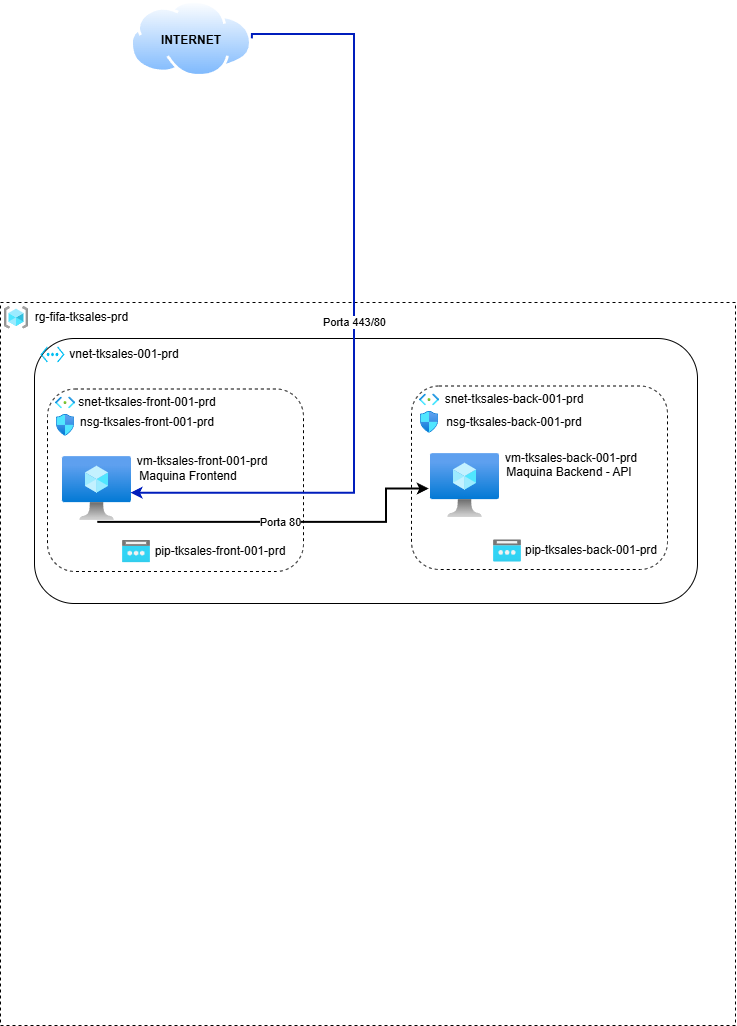
Passos-Gabriel/Copa-Azure-TFTEC-2026 keeps this draw.io diagram as Arquitetura Projeto/Arquitetura Copa do Mundo Azure TFTEC 2026.drawio.png. Above is the earlier version. Source tidied: cells renumbered, new cells last; positions are measured from the earlier drawing's top-left corner, leaving out a move shared by most shapes.
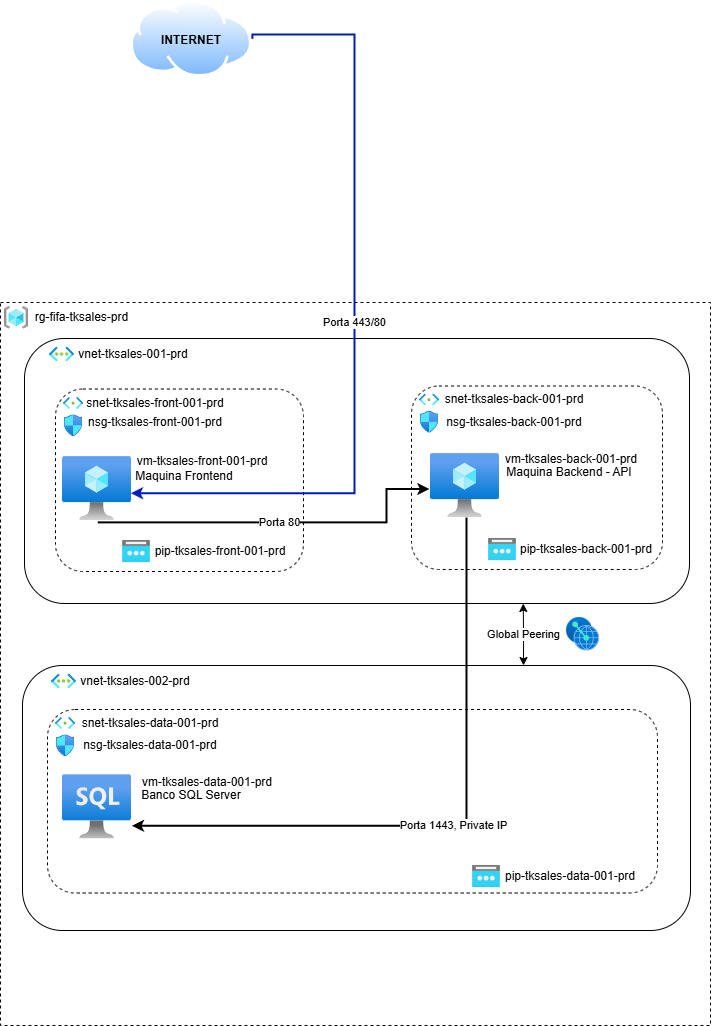
The same diagram one commit later.

Diff of the diagram source:
```diff
@@ -3,19 +3,16 @@
     <mxCell id="0" />
     <mxCell id="1" parent="0" />
     <mxCell id="2" style="rounded=0;whiteSpace=wrap;html=1;dashed=1;fillColor=none;" parent="1" vertex="1">
-      <mxGeometry y="302" width="735" height="723" as="geometry" />
+      <mxGeometry y="302" width="710" height="723" as="geometry" />
     </mxCell>
     <mxCell id="3" style="rounded=1;whiteSpace=wrap;html=1;fillColor=none;" parent="1" vertex="1">
-      <mxGeometry x="34" y="338" width="663" height="265" as="geometry" />
+      <mxGeometry x="24" y="338" width="665" height="265" as="geometry" />
     </mxCell>
     <mxCell id="4" style="rounded=1;whiteSpace=wrap;html=1;dashed=1;fillColor=none;" parent="1" vertex="1">
-      <mxGeometry x="47" y="388.5" width="256" height="182.5" as="geometry" />
+      <mxGeometry x="55" y="388.5" width="248" height="182.5" as="geometry" />
     </mxCell>
-    <mxCell id="5" style="verticalLabelPosition=bottom;html=1;verticalAlign=top;align=center;strokeColor=none;fillColor=#00BEF2;shape=mxgraph.azure.virtual_network;" parent="1" vertex="1">
-      <mxGeometry x="40" y="346" width="24" height="16" as="geometry" />
-    </mxCell>
     <mxCell id="6" style="image;html=1;align=center;fontSize=12;image=img/lib/azure2/networking/Subnet.svg;" parent="1" vertex="1">
-      <mxGeometry x="55" y="396.5" width="20" height="12" as="geometry" />
+      <mxGeometry x="63" y="397" width="20" height="12" as="geometry" />
     </mxCell>
     <mxCell id="7" style="image;html=1;align=center;fontSize=12;image=img/lib/azure2/general/Resource_Groups.svg;" parent="1" vertex="1">
       <mxGeometry x="4" y="306" width="24" height="22.6" as="geometry" />
@@ -24,13 +21,13 @@
       <mxGeometry x="16" y="311.4" width="131" height="11.7" as="geometry" />
     </mxCell>
     <mxCell id="9" value="vnet-tksales-001-prd" style="text;html=1;whiteSpace=wrap;strokeColor=none;fillColor=none;align=center;verticalAlign=middle;rounded=0;" parent="1" vertex="1">
-      <mxGeometry x="52" y="348.5" width="144" height="11" as="geometry" />
+      <mxGeometry x="71" y="348.5" width="124" height="11" as="geometry" />
     </mxCell>
     <mxCell id="10" value="snet-tksales-front-001-prd" style="text;html=1;whiteSpace=wrap;strokeColor=none;fillColor=none;align=center;verticalAlign=middle;rounded=0;" parent="1" vertex="1">
-      <mxGeometry x="75" y="396.5" width="144" height="11" as="geometry" />
+      <mxGeometry x="83" y="397" width="144" height="11" as="geometry" />
     </mxCell>
     <mxCell id="11" style="rounded=1;whiteSpace=wrap;html=1;dashed=1;fillColor=none;" parent="1" vertex="1">
-      <mxGeometry x="411" y="385.5" width="256" height="183.5" as="geometry" />
+      <mxGeometry x="411" y="385.5" width="251" height="183.5" as="geometry" />
     </mxCell>
     <mxCell id="12" style="image;html=1;align=center;fontSize=12;image=img/lib/azure2/networking/Subnet.svg;" parent="1" vertex="1">
       <mxGeometry x="419" y="393.5" width="20" height="12" as="geometry" />
@@ -51,16 +48,16 @@
       <mxGeometry x="499" y="453" width="144" height="11" as="geometry" />
     </mxCell>
     <mxCell id="18" value="&lt;font style=&quot;color: light-dark(rgb(0, 0, 0), rgb(255, 217, 102));&quot;&gt;Maquina Frontend&lt;/font&gt;" style="text;html=1;whiteSpace=wrap;strokeColor=none;fillColor=none;align=center;verticalAlign=middle;rounded=0;" parent="1" vertex="1">
-      <mxGeometry x="116" y="470" width="144" height="11" as="geometry" />
+      <mxGeometry x="112" y="470" width="144" height="11" as="geometry" />
     </mxCell>
     <mxCell id="19" value="&lt;font style=&quot;&quot;&gt;Maquina Backend - API&lt;/font&gt;" style="text;html=1;whiteSpace=wrap;strokeColor=none;fillColor=none;align=center;verticalAlign=middle;rounded=0;fontColor=light-dark(#000000,#B3FF66);" parent="1" vertex="1">
       <mxGeometry x="497" y="466" width="144" height="11" as="geometry" />
     </mxCell>
     <mxCell id="20" style="image;html=1;align=center;fontSize=12;image=img/lib/azure2/networking/Network_Security_Groups.svg;" parent="1" vertex="1">
-      <mxGeometry x="56" y="414" width="18" height="21.9" as="geometry" />
+      <mxGeometry x="64" y="414.5" width="18" height="21.9" as="geometry" />
     </mxCell>
     <mxCell id="21" value="nsg-tksales-front-001-prd" style="text;html=1;whiteSpace=wrap;strokeColor=none;fillColor=none;align=center;verticalAlign=middle;rounded=0;fontColor=light-dark(#000000,#FFFFCC);" parent="1" vertex="1">
-      <mxGeometry x="75" y="416.4" width="144" height="11" as="geometry" />
+      <mxGeometry x="83" y="416.9" width="144" height="11" as="geometry" />
     </mxCell>
     <mxCell id="22" value="nsg-tksales-back-001-prd" style="text;html=1;whiteSpace=wrap;strokeColor=none;fillColor=none;align=center;verticalAlign=middle;rounded=0;fontColor=light-dark(#000000,#FFFFCC);" parent="1" vertex="1">
       <mxGeometry x="442" y="416.4" width="144" height="11" as="geometry" />
@@ -97,10 +94,65 @@
       <mxGeometry x="150" y="545" width="140" height="11" as="geometry" />
     </mxCell>
     <mxCell id="30" style="image;html=1;align=center;fontSize=12;image=img/lib/azure2/networking/Public_IP_Addresses.svg;" parent="1" vertex="1">
-      <mxGeometry x="493" y="539.3" width="28" height="22.4" as="geometry" />
+      <mxGeometry x="488" y="538" width="28" height="22.4" as="geometry" />
     </mxCell>
     <mxCell id="31" value="pip-tksales-back-001-prd" style="text;html=1;whiteSpace=wrap;strokeColor=none;fillColor=none;align=center;verticalAlign=middle;rounded=0;" parent="1" vertex="1">
-      <mxGeometry x="521" y="544.3" width="140" height="11" as="geometry" />
+      <mxGeometry x="516" y="543" width="140" height="11" as="geometry" />
     </mxCell>
+    <mxCell id="32" style="image;html=1;align=center;fontSize=12;image=img/lib/azure2/networking/Virtual_Networks.svg;" parent="1" vertex="1">
+      <mxGeometry x="49" y="346.5" width="25" height="14.9" as="geometry" />
+    </mxCell>
+    <mxCell id="33" value="Global Peering" style="edgeStyle=orthogonalEdgeStyle;rounded=0;jettySize=auto;html=1;exitX=0.75;exitY=0;exitDx=0;exitDy=0;entryX=0.75;entryY=1;entryDx=0;entryDy=0;startArrow=classic;startFill=1;" parent="1" edge="1" source="34" target="3">
+      <mxGeometry relative="1" as="geometry" />
+    </mxCell>
+    <mxCell id="34" style="rounded=1;whiteSpace=wrap;html=1;fillColor=none;" parent="1" vertex="1">
+      <mxGeometry x="22" y="665" width="668" height="265" as="geometry" />
+    </mxCell>
+    <mxCell id="35" value="vnet-tksales-002-prd" style="text;html=1;whiteSpace=wrap;strokeColor=none;fillColor=none;align=center;verticalAlign=middle;rounded=0;" parent="1" vertex="1">
+      <mxGeometry x="73" y="675.5" width="124" height="11" as="geometry" />
+    </mxCell>
+    <mxCell id="36" style="image;html=1;align=center;fontSize=12;image=img/lib/azure2/networking/Virtual_Networks.svg;" parent="1" vertex="1">
+      <mxGeometry x="51" y="673.5" width="25" height="14.9" as="geometry" />
+    </mxCell>
+    <mxCell id="37" style="rounded=1;whiteSpace=wrap;html=1;dashed=1;fillColor=none;" parent="1" vertex="1">
+      <mxGeometry x="47" y="709" width="610" height="183.5" as="geometry" />
+    </mxCell>
+    <mxCell id="38" style="image;html=1;align=center;fontSize=12;image=img/lib/azure2/networking/Subnet.svg;" parent="1" vertex="1">
+      <mxGeometry x="55" y="717" width="20" height="12" as="geometry" />
+    </mxCell>
+    <mxCell id="39" value="snet-tksales-data-001-prd" style="text;html=1;whiteSpace=wrap;strokeColor=none;fillColor=none;align=center;verticalAlign=middle;rounded=0;" parent="1" vertex="1">
+      <mxGeometry x="78" y="717" width="144" height="11" as="geometry" />
+    </mxCell>
+    <mxCell id="40" value="vm-tksales-data-001-prd" style="text;html=1;whiteSpace=wrap;strokeColor=none;fillColor=none;align=center;verticalAlign=middle;rounded=0;" parent="1" vertex="1">
+      <mxGeometry x="135" y="776.5" width="144" height="11" as="geometry" />
+    </mxCell>
+    <mxCell id="41" value="&lt;font style=&quot;&quot;&gt;Banco SQL Server&lt;/font&gt;" style="text;html=1;whiteSpace=wrap;strokeColor=none;fillColor=none;align=center;verticalAlign=middle;rounded=0;fontColor=light-dark(#000000,#FFB366);" parent="1" vertex="1">
+      <mxGeometry x="118.9" y="789" width="144" height="11" as="geometry" />
+    </mxCell>
+    <mxCell id="42" value="nsg-tksales-data-001-prd" style="text;html=1;whiteSpace=wrap;strokeColor=none;fillColor=none;align=center;verticalAlign=middle;rounded=0;fontColor=light-dark(#000000,#FFFFCC);" parent="1" vertex="1">
+      <mxGeometry x="78" y="739.9" width="144" height="11" as="geometry" />
+    </mxCell>
+    <mxCell id="43" style="image;html=1;align=center;fontSize=12;image=img/lib/azure2/networking/Network_Security_Groups.svg;" parent="1" vertex="1">
+      <mxGeometry x="56" y="734.5" width="18" height="21.9" as="geometry" />
+    </mxCell>
+    <mxCell id="44" style="image;html=1;align=center;fontSize=12;image=img/lib/azure2/networking/Public_IP_Addresses.svg;" parent="1" vertex="1">
+      <mxGeometry x="472" y="865" width="28" height="22.4" as="geometry" />
+    </mxCell>
+    <mxCell id="45" value="pip-tksales-data-001-prd" style="text;html=1;whiteSpace=wrap;strokeColor=none;fillColor=none;align=center;verticalAlign=middle;rounded=0;" parent="1" vertex="1">
+      <mxGeometry x="500" y="870" width="140" height="11" as="geometry" />
+    </mxCell>
+    <mxCell id="46" style="image;html=1;points=[];align=center;fontSize=12;image=img/lib/azure2/databases/Azure_SQL_VM.svg;" parent="1" vertex="1">
+      <mxGeometry x="62" y="774" width="69" height="64.7" as="geometry" />
+    </mxCell>
+    <mxCell id="47" style="image;html=1;align=center;fontSize=12;image=img/lib/azure2/other/Peering_Service.svg;" parent="1" vertex="1">
+      <mxGeometry x="566" y="617" width="33" height="33.5" as="geometry" />
+    </mxCell>
+    <mxCell id="48" value="Porta 1443, Private IP" style="edgeStyle=orthogonalEdgeStyle;rounded=0;jettySize=auto;html=1;entryX=1.007;entryY=0.793;entryDx=0;entryDy=0;entryPerimeter=0;fontColor=light-dark(#000000,#FF3333);strokeWidth=2;strokeColor=light-dark(#000000,#FF3333);" parent="1" edge="1" source="15" target="46">
+      <mxGeometry relative="1" as="geometry">
+        <Array as="points">
+          <mxPoint x="466" y="825" />
+        </Array>
+      </mxGeometry>
+    </mxCell>
   </root>
 </mxGraphModel>
```
